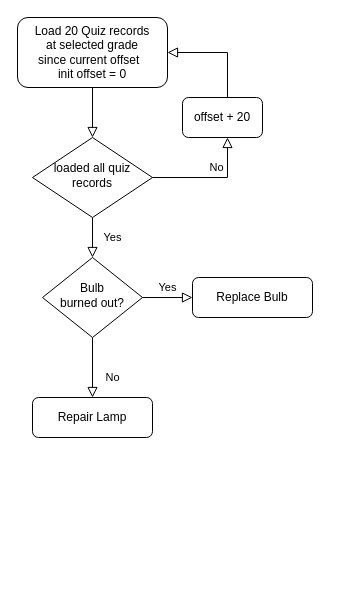
Earlier version of the draw.io diagram selectingquestions.drawio (mingyuzhao/Diagrams). Source tidied: cells renumbered, new cells numbered last; positions are measured from the earlier drawing's top-left corner, leaving out a move shared by most shapes. Both pictures are drawn from the tidied source at 100%, with x=0, y=0 at pixel (17, 17).
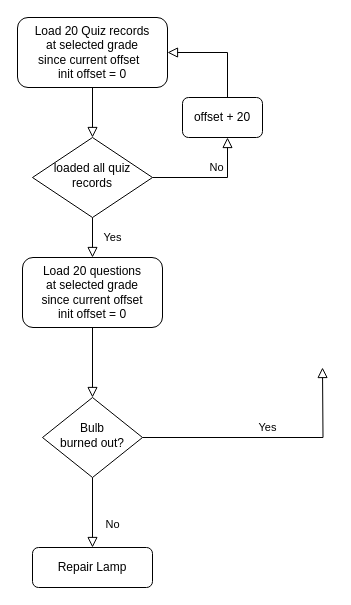
The same diagram, later.

What changed in the source:
```diff
@@
 <mxGraphModel>
   <root>
     <mxCell id="0" />
     <mxCell id="1" parent="0" />
     <mxCell id="2" style="rounded=0;html=1;jettySize=auto;fontSize=11;endArrow=block;endFill=0;endSize=8;strokeWidth=1;shadow=0;labelBackgroundColor=none;edgeStyle=orthogonalEdgeStyle;" parent="1" edge="1" source="3" target="6">
       <mxGeometry relative="1" as="geometry" />
     </mxCell>
     <mxCell id="3" value="Load 20 Quiz records &lt;br&gt;at selected grade&lt;br&gt;since current offset&amp;nbsp;&amp;nbsp;&lt;br&gt;init offset = 0" style="rounded=1;whiteSpace=wrap;html=1;fontSize=12;glass=0;strokeWidth=1;shadow=0;" parent="1" vertex="1">
       <mxGeometry width="150" height="70" as="geometry" />
     </mxCell>
-    <mxCell id="4" value="Yes" style="rounded=0;html=1;jettySize=auto;fontSize=11;endArrow=block;endFill=0;endSize=8;strokeWidth=1;shadow=0;labelBackgroundColor=none;edgeStyle=orthogonalEdgeStyle;" parent="1" edge="1" source="6" target="9">
+    <mxCell id="4" value="Yes" style="rounded=0;html=1;jettySize=auto;fontSize=11;endArrow=block;endFill=0;endSize=8;strokeWidth=1;shadow=0;labelBackgroundColor=none;edgeStyle=orthogonalEdgeStyle;entryX=0.5;entryY=0;entryDx=0;entryDy=0;" parent="1" edge="1" source="6" target="11">
       <mxGeometry y="20" relative="1" as="geometry" />
     </mxCell>
     <mxCell id="5" value="No" style="edgeStyle=orthogonalEdgeStyle;rounded=0;html=1;jettySize=auto;fontSize=11;endArrow=block;endFill=0;endSize=8;strokeWidth=1;shadow=0;labelBackgroundColor=none;" parent="1" edge="1" source="6">
       <mxGeometry x="0.11" y="10" relative="1" as="geometry">
         <mxPoint x="210" y="120" as="targetPoint" />
         <Array as="points">
           <mxPoint x="210" y="160" />
         </Array>
       </mxGeometry>
     </mxCell>
     <mxCell id="6" value="loaded all quiz records" style="rhombus;whiteSpace=wrap;html=1;shadow=0;fontFamily=Helvetica;fontSize=12;align=center;strokeWidth=1;spacing=6;spacingTop=-4;" parent="1" vertex="1">
       <mxGeometry x="15" y="120" width="120" height="80" as="geometry" />
     </mxCell>
     <mxCell id="7" value="No" style="rounded=0;html=1;jettySize=auto;fontSize=11;endArrow=block;endFill=0;endSize=8;strokeWidth=1;shadow=0;labelBackgroundColor=none;edgeStyle=orthogonalEdgeStyle;" parent="1" edge="1" source="9" target="10">
       <mxGeometry x="0.33" y="20" relative="1" as="geometry" />
     </mxCell>
-    <mxCell id="8" value="Yes" style="edgeStyle=orthogonalEdgeStyle;rounded=0;html=1;jettySize=auto;fontSize=11;endArrow=block;endFill=0;endSize=8;strokeWidth=1;shadow=0;labelBackgroundColor=none;" parent="1" edge="1" source="9" target="11">
-      <mxGeometry y="10" relative="1" as="geometry" />
+    <mxCell id="8" value="Yes" style="edgeStyle=orthogonalEdgeStyle;rounded=0;html=1;jettySize=auto;fontSize=11;endArrow=block;endFill=0;endSize=8;strokeWidth=1;shadow=0;labelBackgroundColor=none;" parent="1" edge="1" source="9">
+      <mxGeometry y="10" relative="1" as="geometry">
+        <mxPoint x="305" y="350" as="targetPoint" />
+      </mxGeometry>
     </mxCell>
     <mxCell id="9" value="Bulb&lt;br&gt;burned out?" style="rhombus;whiteSpace=wrap;html=1;shadow=0;fontFamily=Helvetica;fontSize=12;align=center;strokeWidth=1;spacing=6;spacingTop=-4;" parent="1" vertex="1">
-      <mxGeometry x="25" y="240" width="100" height="80" as="geometry" />
+      <mxGeometry x="25" y="380" width="100" height="80" as="geometry" />
     </mxCell>
     <mxCell id="10" value="Repair Lamp" style="rounded=1;whiteSpace=wrap;html=1;fontSize=12;glass=0;strokeWidth=1;shadow=0;" parent="1" vertex="1">
-      <mxGeometry x="15" y="380" width="120" height="40" as="geometry" />
+      <mxGeometry x="15" y="530" width="120" height="40" as="geometry" />
     </mxCell>
-    <mxCell id="11" value="Replace Bulb" style="rounded=1;whiteSpace=wrap;html=1;fontSize=12;glass=0;strokeWidth=1;shadow=0;" parent="1" vertex="1">
-      <mxGeometry x="175" y="260" width="120" height="40" as="geometry" />
+    <mxCell id="11" value="Load 20 questions&lt;br&gt;at selected grade&lt;br&gt;since current offset&lt;br&gt;init offset = 0" style="rounded=1;whiteSpace=wrap;html=1;fontSize=12;glass=0;strokeWidth=1;shadow=0;" parent="1" vertex="1">
+      <mxGeometry x="5" y="240" width="140" height="70" as="geometry" />
     </mxCell>
     <mxCell id="12" value="offset + 20" style="rounded=1;whiteSpace=wrap;html=1;fontSize=12;glass=0;strokeWidth=1;shadow=0;" parent="1" vertex="1">
       <mxGeometry x="165" y="80" width="80" height="40" as="geometry" />
     </mxCell>
     <mxCell id="13" style="edgeStyle=orthogonalEdgeStyle;rounded=0;html=1;jettySize=auto;fontSize=11;endArrow=block;endFill=0;endSize=8;strokeWidth=1;shadow=0;labelBackgroundColor=none;exitX=0.5;exitY=0;exitDx=0;exitDy=0;" parent="1" edge="1" source="12" target="3">
       <mxGeometry x="0.55" y="25" relative="1" as="geometry">
         <Array as="points">
           <mxPoint x="210" y="35" />
         </Array>
       </mxGeometry>
     </mxCell>
+    <mxCell id="14" style="edgeStyle=orthogonalEdgeStyle;rounded=0;html=1;jettySize=auto;fontSize=11;endArrow=block;endFill=0;endSize=8;strokeWidth=1;shadow=0;labelBackgroundColor=none;exitX=0.5;exitY=1;exitDx=0;exitDy=0;entryX=0.5;entryY=0;entryDx=0;entryDy=0;" parent="1" edge="1" source="11" target="9">
+      <mxGeometry x="0.55" y="25" relative="1" as="geometry" />
+    </mxCell>
   </root>
 </mxGraphModel>
```
